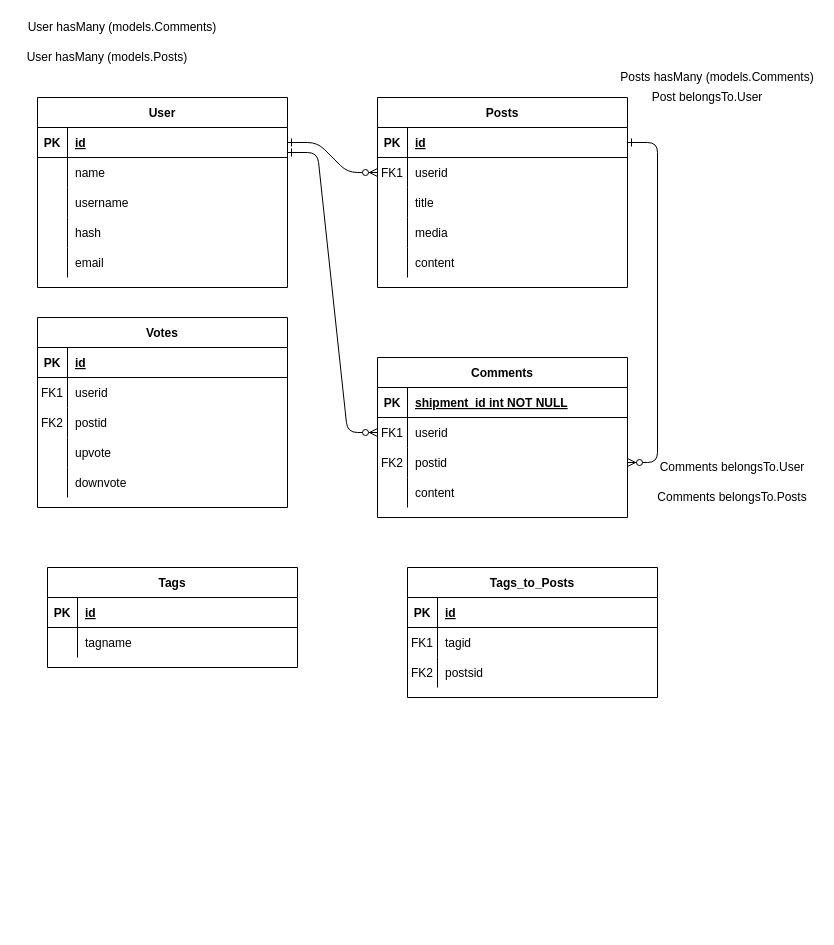
This is page "Table Templates" (2 of 2) of additionalFiles/homepage.drawio from Stormy110/Gamers_Paradise, a draw.io file, before an edit. Source tidied: cells renumbered, new cells numbered last; positions are measured from the earlier drawing's top-left corner, leaving out a move shared by most shapes. Both pictures are drawn from the tidied source at 100%, with x=0, y=0 at pixel (17, 17).
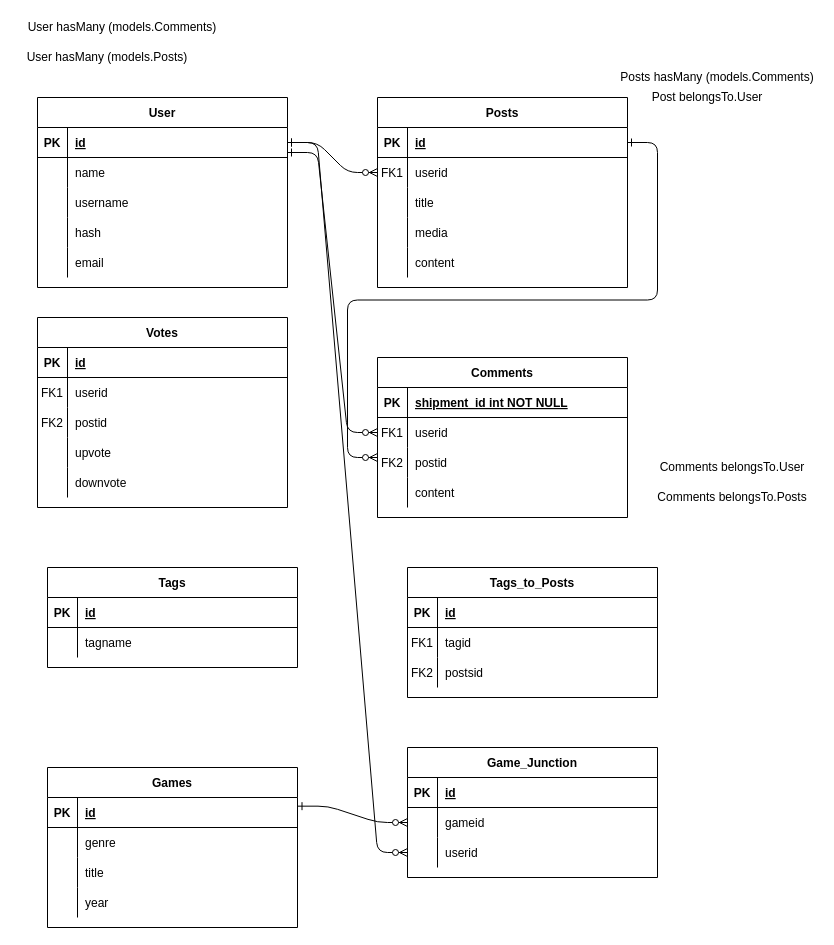
The same diagram, later.

Unchanged cells that the change refers to:
```xml
<mxCell id="5" style="shape=partialRectangle;fillColor=none;points=[[0,0.5],[1,0.5]];portConstraint=eastwest;top=0;left=0;right=0;bottom=1;" parent="4" vertex="1">
  <mxGeometry y="30" width="250" height="30" as="geometry" />
</mxCell>
<mxCell id="27" style="shape=partialRectangle;fillColor=none;points=[[0,0.5],[1,0.5]];portConstraint=eastwest;top=0;left=0;right=0;bottom=0;" parent="20" vertex="1">
  <mxGeometry y="90" width="250" height="30" as="geometry" />
</mxCell>
<mxCell id="34" style="shape=partialRectangle;fillColor=none;points=[[0,0.5],[1,0.5]];portConstraint=eastwest;top=0;left=0;right=0;bottom=1;" parent="33" vertex="1">
  <mxGeometry y="30" width="250" height="30" as="geometry" />
</mxCell>
```

Diff of the diagram source:
```diff
@@
-    <mxCell id="3" style="edgeStyle=entityRelationEdgeStyle;endArrow=ERzeroToMany;startArrow=ERone;endFill=1;startFill=0;entryX=1;entryY=0.5;entryDx=0;entryDy=0;" parent="1" edge="1" source="5" target="27">
-      <mxGeometry relative="1" as="geometry" />
+    <mxCell id="3" style="edgeStyle=entityRelationEdgeStyle;endArrow=ERzeroToMany;startArrow=ERone;endFill=1;startFill=0;" parent="1" edge="1" source="5">
+      <mxGeometry relative="1" as="geometry">
+        <mxPoint x="360" y="440" as="targetPoint" />
+      </mxGeometry>
     </mxCell>
@@
+    <mxCell id="90" value="Games" style="shape=table;startSize=30;childLayout=tableLayout;rowLines=0;fontStyle=1;align=center;" parent="1" vertex="1">
+      <mxGeometry x="30" y="750" width="250" height="160" as="geometry" />
+    </mxCell>
+    <mxCell id="91" style="shape=partialRectangle;fillColor=none;points=[[0,0.5],[1,0.5]];portConstraint=eastwest;top=0;left=0;right=0;bottom=1;" parent="90" vertex="1">
+      <mxGeometry y="30" width="250" height="30" as="geometry" />
+    </mxCell>
+    <mxCell id="92" value="PK" style="shape=partialRectangle;overflow=hidden;fillColor=none;top=0;left=0;bottom=0;right=0;fontStyle=1;" parent="91" vertex="1">
+      <mxGeometry width="30" height="30" as="geometry" />
+    </mxCell>
+    <mxCell id="93" value="id" style="shape=partialRectangle;overflow=hidden;fillColor=none;top=0;left=0;bottom=0;right=0;align=left;spacingLeft=6;fontStyle=5;" parent="91" vertex="1">
+      <mxGeometry x="30" width="220" height="30" as="geometry" />
+    </mxCell>
+    <mxCell id="94" style="shape=partialRectangle;fillColor=none;top=0;left=0;right=0;bottom=0;" parent="90" vertex="1">
+      <mxGeometry y="60" width="250" height="30" as="geometry" />
+    </mxCell>
+    <mxCell id="95" style="shape=partialRectangle;overflow=hidden;fillColor=none;top=0;left=0;bottom=0;right=0;" parent="94" vertex="1">
+      <mxGeometry width="30" height="30" as="geometry" />
+    </mxCell>
+    <mxCell id="96" value="genre" style="shape=partialRectangle;overflow=hidden;fillColor=none;top=0;left=0;bottom=0;right=0;align=left;spacingLeft=6;" parent="94" vertex="1">
+      <mxGeometry x="30" width="220" height="30" as="geometry" />
+    </mxCell>
+    <mxCell id="97" style="shape=partialRectangle;fillColor=none;top=0;left=0;right=0;bottom=0;" parent="90" vertex="1">
+      <mxGeometry y="90" width="250" height="30" as="geometry" />
+    </mxCell>
+    <mxCell id="98" style="shape=partialRectangle;overflow=hidden;fillColor=none;top=0;left=0;bottom=0;right=0;" parent="97" vertex="1">
+      <mxGeometry width="30" height="30" as="geometry" />
+    </mxCell>
+    <mxCell id="99" value="title" style="shape=partialRectangle;overflow=hidden;fillColor=none;top=0;left=0;bottom=0;right=0;align=left;spacingLeft=6;" parent="97" vertex="1">
+      <mxGeometry x="30" width="220" height="30" as="geometry" />
+    </mxCell>
+    <mxCell id="100" style="shape=partialRectangle;fillColor=none;top=0;left=0;right=0;bottom=0;" parent="90" vertex="1">
+      <mxGeometry y="120" width="250" height="30" as="geometry" />
+    </mxCell>
+    <mxCell id="101" style="shape=partialRectangle;overflow=hidden;fillColor=none;top=0;left=0;bottom=0;right=0;" parent="100" vertex="1">
+      <mxGeometry width="30" height="30" as="geometry" />
+    </mxCell>
+    <mxCell id="102" value="year" style="shape=partialRectangle;overflow=hidden;fillColor=none;top=0;left=0;bottom=0;right=0;align=left;spacingLeft=6;" parent="100" vertex="1">
+      <mxGeometry x="30" width="220" height="30" as="geometry" />
+    </mxCell>
+    <mxCell id="103" value="Game_Junction" style="shape=table;startSize=30;childLayout=tableLayout;rowLines=0;fontStyle=1;align=center;" parent="1" vertex="1">
+      <mxGeometry x="390" y="730" width="250" height="130" as="geometry" />
+    </mxCell>
+    <mxCell id="104" style="shape=partialRectangle;fillColor=none;top=0;left=0;right=0;bottom=1;" parent="103" vertex="1">
+      <mxGeometry y="30" width="250" height="30" as="geometry" />
+    </mxCell>
+    <mxCell id="105" value="PK" style="shape=partialRectangle;overflow=hidden;fillColor=none;top=0;left=0;bottom=0;right=0;fontStyle=1;" parent="104" vertex="1">
+      <mxGeometry width="30" height="30" as="geometry" />
+    </mxCell>
+    <mxCell id="106" value="id" style="shape=partialRectangle;overflow=hidden;fillColor=none;top=0;left=0;bottom=0;right=0;align=left;spacingLeft=6;fontStyle=5;" parent="104" vertex="1">
+      <mxGeometry x="30" width="220" height="30" as="geometry" />
+    </mxCell>
+    <mxCell id="107" style="shape=partialRectangle;fillColor=none;points=[[0,0.5],[1,0.5]];portConstraint=eastwest;top=0;left=0;right=0;bottom=0;" parent="103" vertex="1">
+      <mxGeometry y="60" width="250" height="30" as="geometry" />
+    </mxCell>
+    <mxCell id="108" style="shape=partialRectangle;overflow=hidden;fillColor=none;top=0;left=0;bottom=0;right=0;" parent="107" vertex="1">
+      <mxGeometry width="30" height="30" as="geometry" />
+    </mxCell>
+    <mxCell id="109" value="gameid" style="shape=partialRectangle;overflow=hidden;fillColor=none;top=0;left=0;bottom=0;right=0;align=left;spacingLeft=6;" parent="107" vertex="1">
+      <mxGeometry x="30" width="220" height="30" as="geometry" />
+    </mxCell>
+    <mxCell id="110" style="shape=partialRectangle;fillColor=none;points=[[0,0.5],[1,0.5]];portConstraint=eastwest;top=0;left=0;right=0;bottom=0;" parent="103" vertex="1">
+      <mxGeometry y="90" width="250" height="30" as="geometry" />
+    </mxCell>
+    <mxCell id="111" style="shape=partialRectangle;overflow=hidden;fillColor=none;top=0;left=0;bottom=0;right=0;" parent="110" vertex="1">
+      <mxGeometry width="30" height="30" as="geometry" />
+    </mxCell>
+    <mxCell id="112" value="userid" style="shape=partialRectangle;overflow=hidden;fillColor=none;top=0;left=0;bottom=0;right=0;align=left;spacingLeft=6;" parent="110" vertex="1">
+      <mxGeometry x="30" width="220" height="30" as="geometry" />
+    </mxCell>
+    <mxCell id="113" style="edgeStyle=entityRelationEdgeStyle;endArrow=ERzeroToMany;startArrow=ERone;endFill=1;startFill=0;exitX=1;exitY=0.5;exitDx=0;exitDy=0;entryX=0;entryY=0.5;entryDx=0;entryDy=0;" parent="1" edge="1" source="34" target="110">
+      <mxGeometry relative="1" as="geometry" />
+    </mxCell>
+    <mxCell id="114" style="edgeStyle=entityRelationEdgeStyle;endArrow=ERzeroToMany;startArrow=ERone;endFill=1;startFill=0;exitX=1.002;exitY=0.289;exitDx=0;exitDy=0;exitPerimeter=0;entryX=0;entryY=0.5;entryDx=0;entryDy=0;" parent="1" edge="1" source="91" target="107">
+      <mxGeometry relative="1" as="geometry" />
+    </mxCell>
```
